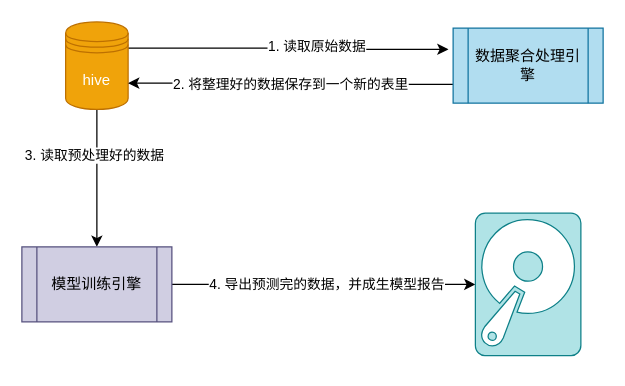
This is Untitled Diagram.drawio from changvvb/test, a draw.io file, before an edit. Source tidied: cells renumbered, new cells numbered last; positions are measured from the earlier drawing's top-left corner, leaving out a move shared by most shapes. Both pictures are drawn from the tidied source at 125%, with x=0, y=0 at pixel (21, 21).
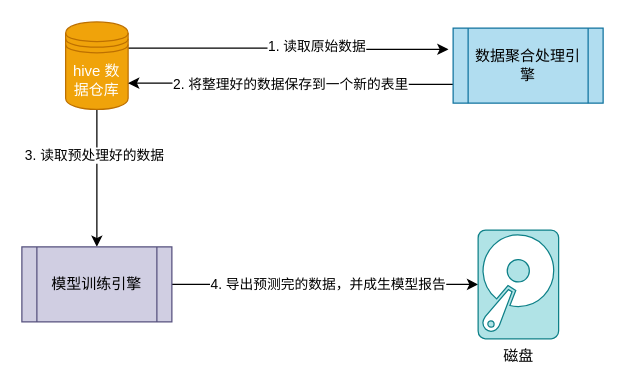
The same page after the edit.

The edit, as a diff of the source:
```diff
@@
 <mxGraphModel>
   <root>
     <mxCell id="0" />
     <mxCell id="1" parent="0" />
     <mxCell id="2" style="edgeStyle=orthogonalEdgeStyle;rounded=0;jettySize=auto;html=1;entryX=-0.031;entryY=0.283;entryDx=0;entryDy=0;entryPerimeter=0;exitX=1;exitY=0.3;exitDx=0;exitDy=0;" parent="1" edge="1" source="6" target="9">
       <mxGeometry relative="1" as="geometry" />
     </mxCell>
     <mxCell id="3" value="1. 读取原始数据" style="edgeLabel;html=1;align=center;verticalAlign=middle;" parent="2" vertex="1">
       <mxGeometry x="0.18" y="2" relative="1" as="geometry" />
     </mxCell>
     <mxCell id="4" style="edgeStyle=orthogonalEdgeStyle;rounded=0;jettySize=auto;html=1;" parent="1" edge="1" source="6" target="12">
       <mxGeometry relative="1" as="geometry" />
     </mxCell>
     <mxCell id="5" value="3. 读取预处理好的数据" style="edgeLabel;html=1;align=center;verticalAlign=middle;" parent="4" vertex="1">
       <mxGeometry x="-0.35" y="-3" relative="1" as="geometry" />
     </mxCell>
-    <mxCell id="6" value="hive" style="shape=datastore;whiteSpace=wrap;html=1;fillColor=#f0a30a;strokeColor=#BD7000;fontColor=#ffffff;" parent="1" vertex="1">
+    <mxCell id="6" value="hive 数据仓库" style="shape=datastore;whiteSpace=wrap;html=1;fillColor=#f0a30a;strokeColor=#BD7000;fontColor=#ffffff;" parent="1" vertex="1">
       <mxGeometry x="35" width="50" height="70" as="geometry" />
     </mxCell>
     <mxCell id="7" style="edgeStyle=orthogonalEdgeStyle;rounded=0;jettySize=auto;html=1;entryX=1;entryY=0.7;entryDx=0;entryDy=0;exitX=0;exitY=0.75;exitDx=0;exitDy=0;" parent="1" edge="1" source="9" target="6">
       <mxGeometry relative="1" as="geometry" />
     </mxCell>
     <mxCell id="8" value="2. 将整理好的数据保存到一个新的表里" style="edgeLabel;html=1;align=center;verticalAlign=middle;" parent="7" vertex="1">
       <mxGeometry x="0.01" relative="1" as="geometry" />
     </mxCell>
     <mxCell id="9" value="数据聚合处理引擎" style="shape=process;whiteSpace=wrap;html=1;backgroundOutline=1;fillColor=#b1ddf0;strokeColor=#10739e;" parent="1" vertex="1">
       <mxGeometry x="345" y="5" width="120" height="60" as="geometry" />
     </mxCell>
     <mxCell id="10" style="edgeStyle=orthogonalEdgeStyle;rounded=0;jettySize=auto;html=1;" parent="1" edge="1" source="12" target="13">
       <mxGeometry relative="1" as="geometry" />
     </mxCell>
     <mxCell id="11" value="4. 导出预测完的数据，并成生模型报告" style="edgeLabel;html=1;align=center;verticalAlign=middle;" parent="10" vertex="1">
       <mxGeometry x="-0.2" y="1" relative="1" as="geometry">
         <mxPoint x="26" as="offset" />
       </mxGeometry>
     </mxCell>
     <mxCell id="12" value="模型训练引擎" style="shape=process;whiteSpace=wrap;html=1;backgroundOutline=1;fillColor=#d0cee2;strokeColor=#56517e;" parent="1" vertex="1">
       <mxGeometry y="180" width="120" height="60" as="geometry" />
     </mxCell>
-    <mxCell id="13" style="shadow=0;dashed=0;html=1;strokeColor=#0e8088;fillColor=#b0e3e6;labelPosition=center;verticalLabelPosition=bottom;verticalAlign=top;outlineConnect=0;align=center;shape=mxgraph.office.devices.hard_disk;" parent="1" vertex="1">
-      <mxGeometry x="362.8" y="153" width="84.4" height="114" as="geometry" />
+    <mxCell id="13" value="磁盘" style="shadow=0;dashed=0;html=1;strokeColor=#0e8088;fillColor=#b0e3e6;labelPosition=center;verticalLabelPosition=bottom;verticalAlign=top;outlineConnect=0;align=center;shape=mxgraph.office.devices.hard_disk;" parent="1" vertex="1">
+      <mxGeometry x="365" y="166.5" width="64.4" height="87" as="geometry" />
     </mxCell>
   </root>
 </mxGraphModel>
```
